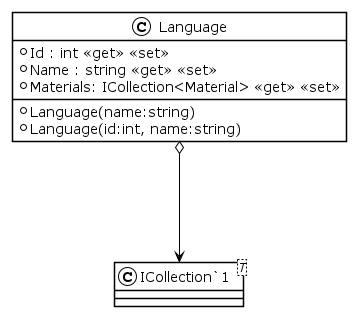
The PlantUML diagram Documentation/UML/Images/Language.png in ahja-itu/BDSA2021-FinalProject, before a commit.
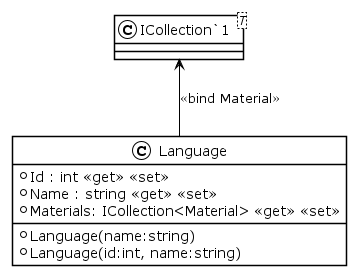
After the commit.

Diff of the diagram source:
```diff
@@ -9,5 +9,5 @@
 }
 class "ICollection`1"<T> {
 }
-Language o---> "ICollection`1"
+Language -u-> "ICollection`1" : <<bind Material>>
 @enduml
```
